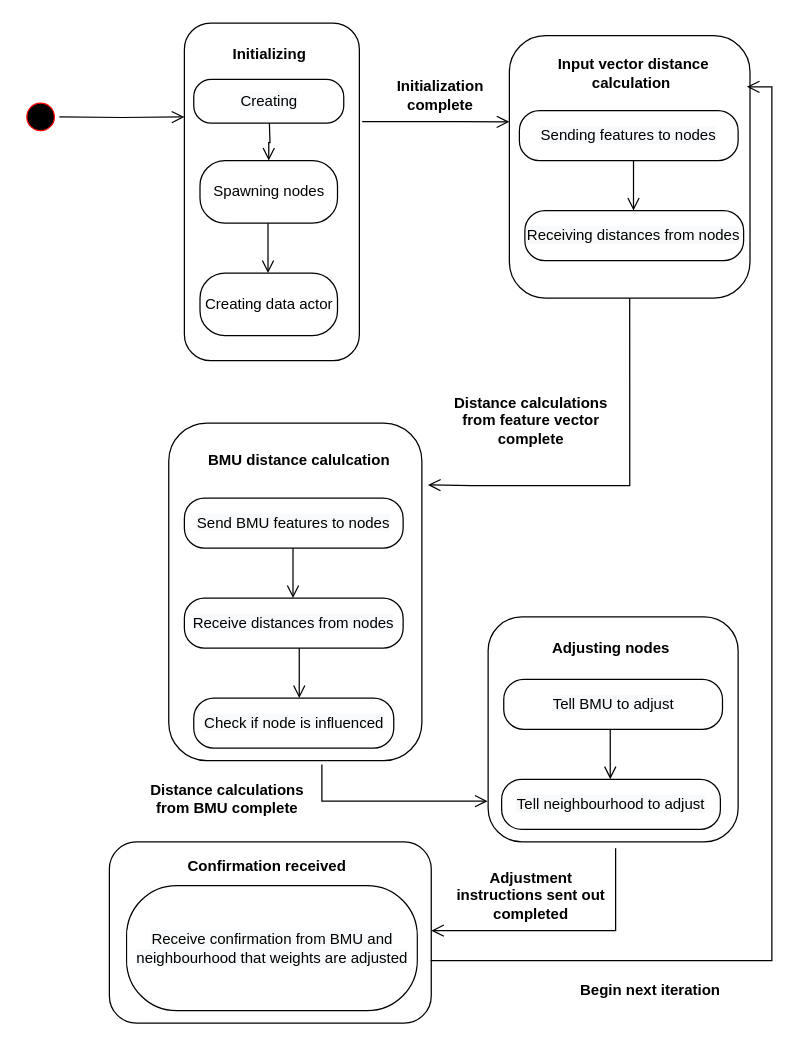
Above: nodeMaestro.drawio in vanelopethecoder/som-basic (draw.io), before the change. Source tidied: cells renumbered, new cells numbered last; positions are measured from the earlier drawing's top-left corner, leaving out a move shared by most shapes. Both pictures are drawn from the tidied source at 125%, with x=0, y=0 at pixel (21, 22).
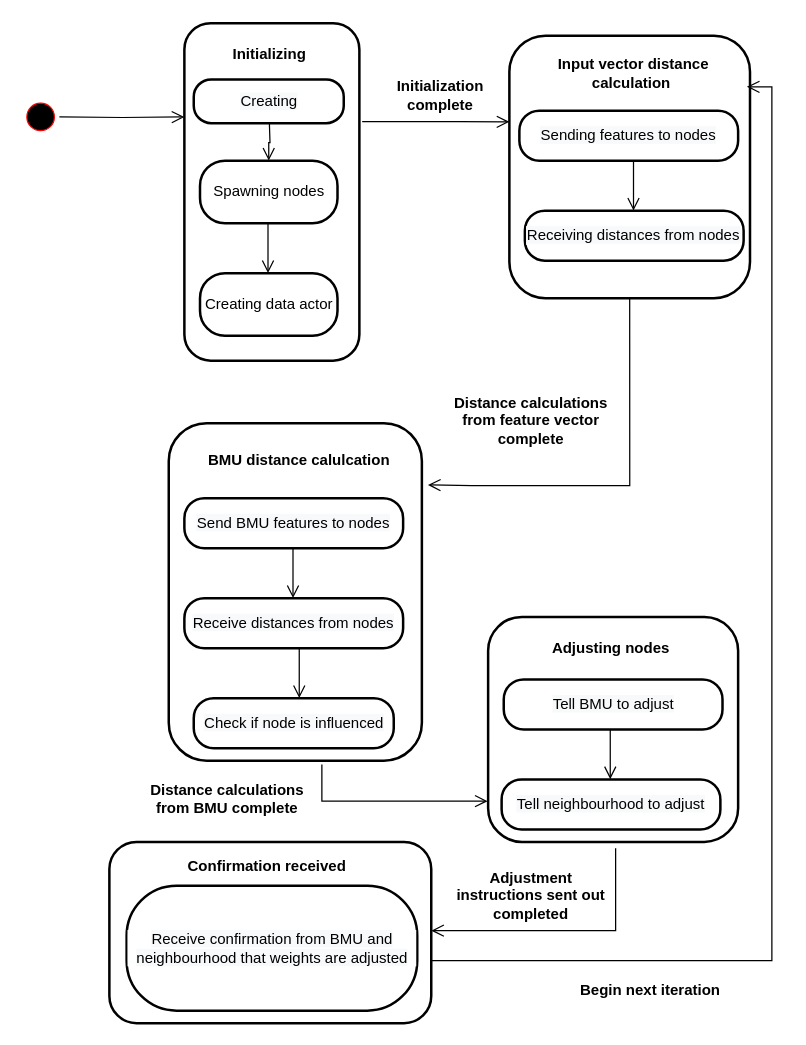
The same diagram, later.

Change to the diagram source:
```diff
@@
-    <mxCell id="2" style="rounded=1;whiteSpace=wrap;html=1;labelBackgroundColor=#FF66B3;" parent="1" vertex="1">
+    <mxCell id="2" style="rounded=1;whiteSpace=wrap;html=1;labelBackgroundColor=#FF66B3;strokeWidth=2;" parent="1" vertex="1">
       <mxGeometry x="70" y="655" width="257.5" height="145" as="geometry" />
     </mxCell>
-    <mxCell id="3" style="rounded=1;whiteSpace=wrap;html=1;labelBackgroundColor=#FF66B3;" parent="1" vertex="1">
+    <mxCell id="3" style="rounded=1;whiteSpace=wrap;html=1;labelBackgroundColor=#FF66B3;strokeWidth=2;" parent="1" vertex="1">
       <mxGeometry x="373" y="475" width="200" height="180" as="geometry" />
     </mxCell>
-    <mxCell id="4" style="rounded=1;whiteSpace=wrap;html=1;labelBackgroundColor=#FF66B3;" parent="1" vertex="1">
+    <mxCell id="4" style="rounded=1;whiteSpace=wrap;html=1;labelBackgroundColor=#FF66B3;strokeWidth=2;" parent="1" vertex="1">
       <mxGeometry x="117.5" y="320" width="202.5" height="270" as="geometry" />
     </mxCell>
-    <mxCell id="5" style="rounded=1;whiteSpace=wrap;html=1;labelBackgroundColor=#FF66B3;" parent="1" vertex="1">
+    <mxCell id="5" style="rounded=1;whiteSpace=wrap;html=1;labelBackgroundColor=#FF66B3;strokeWidth=2;" parent="1" vertex="1">
       <mxGeometry x="390" y="10" width="192.5" height="210" as="geometry" />
     </mxCell>
-    <mxCell id="6" style="rounded=1;whiteSpace=wrap;html=1;labelBackgroundColor=#FF66B3;" parent="1" vertex="1">
+    <mxCell id="6" style="rounded=1;whiteSpace=wrap;html=1;labelBackgroundColor=#FF66B3;strokeWidth=2;" parent="1" vertex="1">
       <mxGeometry x="130" width="140" height="270" as="geometry" />
     </mxCell>
@@
-    <mxCell id="9" value="&lt;span style=&quot;background-color: rgb(248 , 249 , 250)&quot;&gt;Sending features to nodes&lt;/span&gt;" style="rounded=1;whiteSpace=wrap;html=1;arcSize=40;fontColor=#000000;fillColor=#FFFFFF;strokeColor=#000000;labelBackgroundColor=default;" parent="1" vertex="1">
+    <mxCell id="9" value="&lt;span style=&quot;background-color: rgb(248 , 249 , 250)&quot;&gt;Sending features to nodes&lt;/span&gt;" style="rounded=1;whiteSpace=wrap;html=1;arcSize=40;fontColor=#000000;fillColor=#FFFFFF;strokeColor=#000000;labelBackgroundColor=default;strokeWidth=2;" parent="1" vertex="1">
       <mxGeometry x="398" y="70" width="175" height="40" as="geometry" />
     </mxCell>
-    <mxCell id="10" value="&lt;span style=&quot;background-color: rgb(248 , 249 , 250)&quot;&gt;Receiving distances from nodes&lt;/span&gt;" style="rounded=1;whiteSpace=wrap;html=1;arcSize=40;fontColor=#000000;fillColor=#FFFFFF;strokeColor=#000000;labelBackgroundColor=default;" parent="1" vertex="1">
+    <mxCell id="10" value="&lt;span style=&quot;background-color: rgb(248 , 249 , 250)&quot;&gt;Receiving distances from nodes&lt;/span&gt;" style="rounded=1;whiteSpace=wrap;html=1;arcSize=40;fontColor=#000000;fillColor=#FFFFFF;strokeColor=#000000;labelBackgroundColor=default;strokeWidth=2;" parent="1" vertex="1">
       <mxGeometry x="402.4" y="150" width="175" height="40" as="geometry" />
     </mxCell>
@@
-    <mxCell id="13" value="&lt;span style=&quot;background-color: rgb(248 , 249 , 250)&quot;&gt;Creating&lt;/span&gt;" style="rounded=1;whiteSpace=wrap;html=1;arcSize=40;fontColor=#000000;fillColor=#FFFFFF;strokeColor=#000000;labelBackgroundColor=default;" parent="1" vertex="1">
+    <mxCell id="13" value="&lt;span style=&quot;background-color: rgb(248 , 249 , 250)&quot;&gt;Creating&lt;/span&gt;" style="rounded=1;whiteSpace=wrap;html=1;arcSize=40;fontColor=#000000;fillColor=#FFFFFF;strokeColor=#000000;labelBackgroundColor=default;strokeWidth=2;" parent="1" vertex="1">
       <mxGeometry x="137.5" y="45" width="120" height="35" as="geometry" />
     </mxCell>
-    <mxCell id="14" value="Spawning nodes" style="rounded=1;whiteSpace=wrap;html=1;arcSize=40;fontColor=#000000;fillColor=#FFFFFF;strokeColor=#000000;labelBackgroundColor=default;" parent="1" vertex="1">
+    <mxCell id="14" value="Spawning nodes" style="rounded=1;whiteSpace=wrap;html=1;arcSize=40;fontColor=#000000;fillColor=#FFFFFF;strokeColor=#000000;labelBackgroundColor=default;strokeWidth=2;" parent="1" vertex="1">
       <mxGeometry x="142.5" y="110" width="110" height="50" as="geometry" />
     </mxCell>
-    <mxCell id="15" value="Creating data actor" style="rounded=1;whiteSpace=wrap;html=1;arcSize=40;fontColor=#000000;fillColor=#FFFFFF;strokeColor=#000000;labelBackgroundColor=default;" parent="1" vertex="1">
+    <mxCell id="15" value="Creating data actor" style="rounded=1;whiteSpace=wrap;html=1;arcSize=40;fontColor=#000000;fillColor=#FFFFFF;strokeColor=#000000;labelBackgroundColor=default;strokeWidth=2;" parent="1" vertex="1">
       <mxGeometry x="142.5" y="200" width="110" height="50" as="geometry" />
     </mxCell>
@@
-    <mxCell id="18" value="&lt;span style=&quot;background-color: rgb(248 , 249 , 250)&quot;&gt;Send BMU features to nodes&lt;/span&gt;" style="rounded=1;whiteSpace=wrap;html=1;arcSize=40;fontColor=#000000;fillColor=#FFFFFF;strokeColor=#000000;labelBackgroundColor=default;" parent="1" vertex="1">
+    <mxCell id="18" value="&lt;span style=&quot;background-color: rgb(248 , 249 , 250)&quot;&gt;Send BMU features to nodes&lt;/span&gt;" style="rounded=1;whiteSpace=wrap;html=1;arcSize=40;fontColor=#000000;fillColor=#FFFFFF;strokeColor=#000000;labelBackgroundColor=default;strokeWidth=2;" parent="1" vertex="1">
       <mxGeometry x="130" y="380" width="175" height="40" as="geometry" />
     </mxCell>
-    <mxCell id="19" value="&lt;span style=&quot;background-color: rgb(248 , 249 , 250)&quot;&gt;Receive distances from nodes&lt;/span&gt;" style="rounded=1;whiteSpace=wrap;html=1;arcSize=40;fontColor=#000000;fillColor=#FFFFFF;strokeColor=#000000;labelBackgroundColor=default;" parent="1" vertex="1">
+    <mxCell id="19" value="&lt;span style=&quot;background-color: rgb(248 , 249 , 250)&quot;&gt;Receive distances from nodes&lt;/span&gt;" style="rounded=1;whiteSpace=wrap;html=1;arcSize=40;fontColor=#000000;fillColor=#FFFFFF;strokeColor=#000000;labelBackgroundColor=default;strokeWidth=2;" parent="1" vertex="1">
       <mxGeometry x="130" y="460" width="175" height="40" as="geometry" />
     </mxCell>
-    <mxCell id="20" value="&lt;span style=&quot;background-color: rgb(248 , 249 , 250)&quot;&gt;Check if node is influenced&lt;/span&gt;" style="rounded=1;whiteSpace=wrap;html=1;arcSize=40;fontColor=#000000;fillColor=#FFFFFF;strokeColor=#000000;labelBackgroundColor=default;" parent="1" vertex="1">
+    <mxCell id="20" value="&lt;span style=&quot;background-color: rgb(248 , 249 , 250)&quot;&gt;Check if node is influenced&lt;/span&gt;" style="rounded=1;whiteSpace=wrap;html=1;arcSize=40;fontColor=#000000;fillColor=#FFFFFF;strokeColor=#000000;labelBackgroundColor=default;strokeWidth=2;" parent="1" vertex="1">
       <mxGeometry x="137.5" y="540" width="160" height="40" as="geometry" />
     </mxCell>
@@
-    <mxCell id="23" value="&lt;span style=&quot;background-color: rgb(248 , 249 , 250)&quot;&gt;Tell BMU to adjust&lt;/span&gt;" style="rounded=1;whiteSpace=wrap;html=1;arcSize=40;fontColor=#000000;fillColor=#FFFFFF;strokeColor=#000000;labelBackgroundColor=default;" parent="1" vertex="1">
+    <mxCell id="23" value="&lt;span style=&quot;background-color: rgb(248 , 249 , 250)&quot;&gt;Tell BMU to adjust&lt;/span&gt;" style="rounded=1;whiteSpace=wrap;html=1;arcSize=40;fontColor=#000000;fillColor=#FFFFFF;strokeColor=#000000;labelBackgroundColor=default;strokeWidth=2;" parent="1" vertex="1">
       <mxGeometry x="385.5" y="525" width="175" height="40" as="geometry" />
     </mxCell>
@@
-    <mxCell id="25" value="&lt;span style=&quot;background-color: rgb(248 , 249 , 250)&quot;&gt;Tell neighbourhood to adjust&lt;/span&gt;" style="rounded=1;whiteSpace=wrap;html=1;arcSize=40;fontColor=#000000;fillColor=#FFFFFF;strokeColor=#000000;labelBackgroundColor=default;" parent="1" vertex="1">
+    <mxCell id="25" value="&lt;span style=&quot;background-color: rgb(248 , 249 , 250)&quot;&gt;Tell neighbourhood to adjust&lt;/span&gt;" style="rounded=1;whiteSpace=wrap;html=1;arcSize=40;fontColor=#000000;fillColor=#FFFFFF;strokeColor=#000000;labelBackgroundColor=default;strokeWidth=2;" parent="1" vertex="1">
       <mxGeometry x="383.8" y="605" width="175" height="40" as="geometry" />
     </mxCell>
@@
-    <mxCell id="28" value="&lt;span style=&quot;background-color: rgb(248 , 249 , 250)&quot;&gt;Receive confirmation from BMU and neighbourhood that weights are adjusted&lt;/span&gt;" style="rounded=1;whiteSpace=wrap;html=1;arcSize=40;fontColor=#000000;fillColor=#FFFFFF;strokeColor=#000000;labelBackgroundColor=default;" parent="1" vertex="1">
+    <mxCell id="28" value="&lt;span style=&quot;background-color: rgb(248 , 249 , 250)&quot;&gt;Receive confirmation from BMU and neighbourhood that weights are adjusted&lt;/span&gt;" style="rounded=1;whiteSpace=wrap;html=1;arcSize=40;fontColor=#000000;fillColor=#FFFFFF;strokeColor=#000000;labelBackgroundColor=default;strokeWidth=2;" parent="1" vertex="1">
       <mxGeometry x="83.8" y="690" width="232.5" height="100" as="geometry" />
     </mxCell>
```
